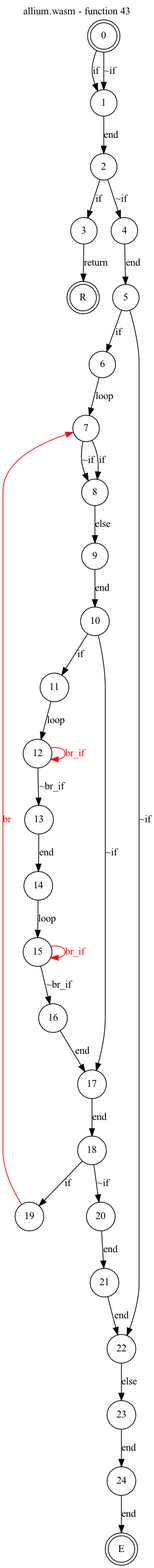
Above: test_cases/allium/funcs/allium-func43.png in jsCarleton/wanalyze (Graphviz), before the change. Its source is kept beside it as test_cases/allium/funcs/allium-func43.dot.
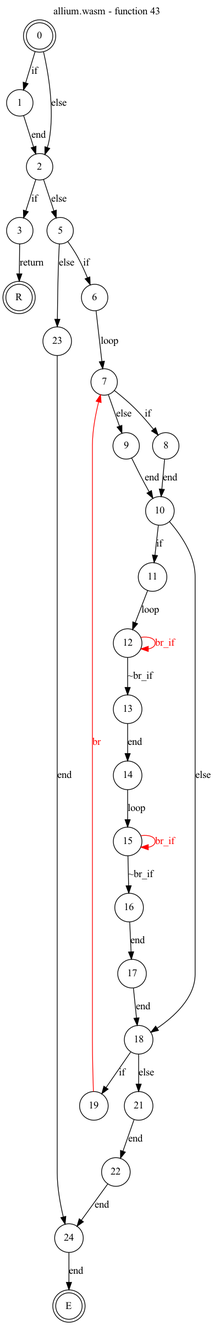
After the commit.

What changed in the source:
```diff
@@ -7,21 +7,20 @@
     node [shape = doublecircle]; 0 E R ;
     node [shape = circle];
     0 -> 1[label="if"];
-    0 -> 1[label="~if"];
+    0 -> 2[label="else"];
     1 -> 2[label="end"];
     2 -> 3[label="if"];
-    2 -> 4[label="~if"];
+    2 -> 5[label="else"];
     3 -> R[label="return"];
-    4 -> 5[label="end"];
     5 -> 6[label="if"];
-    5 -> 22[label="~if"];
+    5 -> 23[label="else"];
     6 -> 7[label="loop"];
     7 -> 8[label="if"];
-    7 -> 8[label="~if"];
-    8 -> 9[label="else"];
+    7 -> 9[label="else"];
+    8 -> 10[label="end"];
     9 -> 10[label="end"];
     10 -> 11[label="if"];
-    10 -> 17[label="~if"];
+    10 -> 18[label="else"];
     11 -> 12[label="loop"];
     12 -> 13[label="~br_if"];
     12 -> 12[color="red" fontcolor="red" label="br_if"];
@@ -32,11 +31,10 @@
     16 -> 17[label="end"];
     17 -> 18[label="end"];
     18 -> 19[label="if"];
-    18 -> 20[label="~if"];
+    18 -> 21[label="else"];
     19 -> 7[color="red" fontcolor="red" label="br"];
-    20 -> 21[label="end"];
     21 -> 22[label="end"];
-    22 -> 23[label="else"];
+    22 -> 24[label="end"];
     23 -> 24[label="end"];
     24 -> E[label="end"];
 }
```
